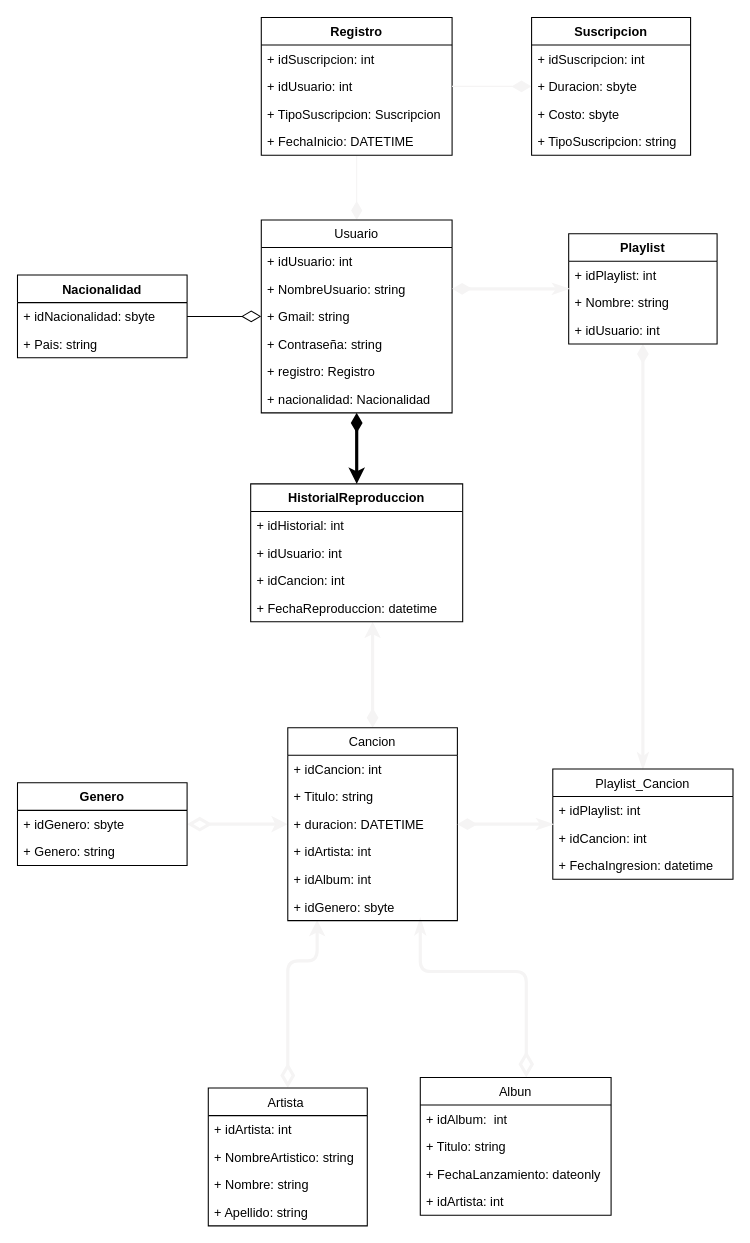
Earlier version of the draw.io diagram doc/Diagrama.drawio (JosuGuzman/BD-Spotify). Source tidied: cells renumbered, new cells numbered last; positions are measured from the earlier drawing's top-left corner, leaving out a move shared by most shapes. Both pictures are drawn from the tidied source at 106%, with x=0, y=0 at pixel (17, 17).
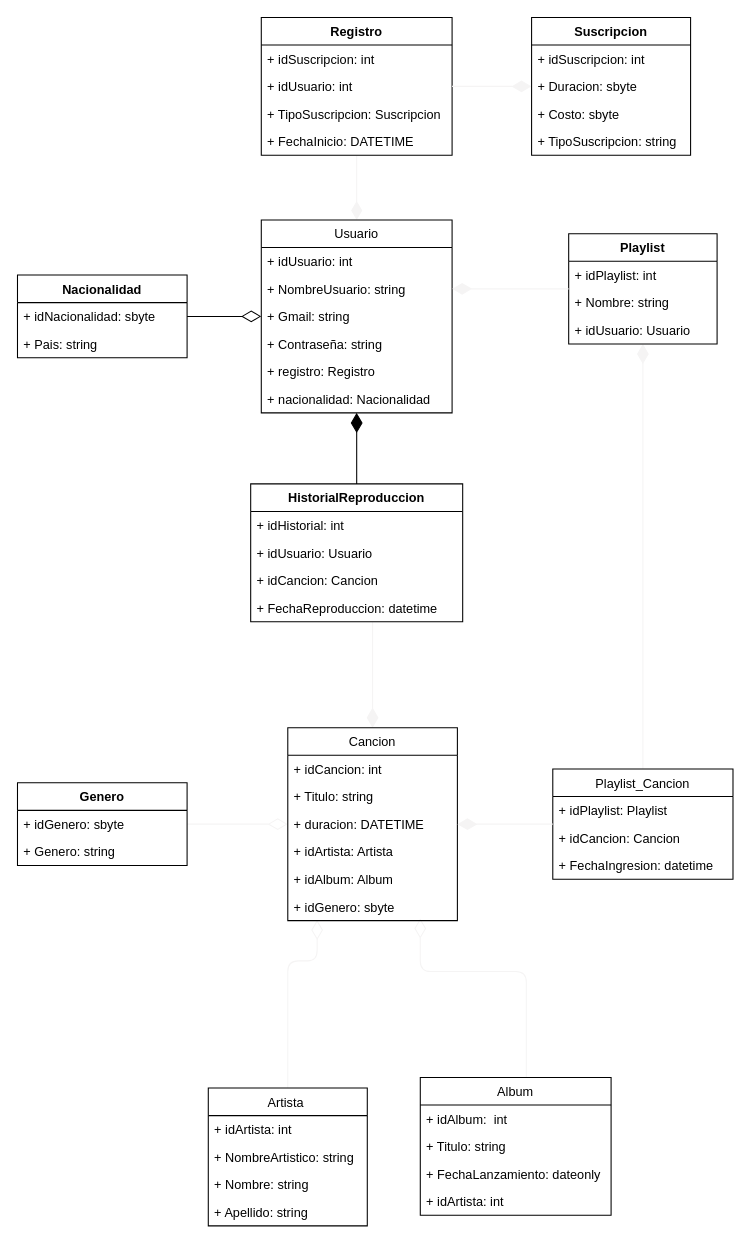
Above is the later version.

Commit message:
Diagrama Modificado

Unchanged cells that the change refers to:
```xml
<mxCell id="3" value="Genero" style="swimlane;fontStyle=1;horizontal=1;startSize=26;fillColor=none;" parent="1" vertex="1">
  <mxGeometry y="722" width="160" height="78" as="geometry" />
</mxCell>
<mxCell id="10" value="Artista " style="swimlane;fontStyle=0;horizontal=1;startSize=26;fillColor=none;" parent="1" vertex="1">
  <mxGeometry x="180" y="1010" width="150" height="130" as="geometry" />
</mxCell>
<mxCell id="22" value="Cancion" style="swimlane;fontStyle=0;horizontal=1;startSize=26;fillColor=none;" parent="1" vertex="1">
  <mxGeometry x="255" y="670" width="160" height="182" as="geometry" />
</mxCell>
<mxCell id="25" value="+ duracion: DATETIME" style="text;strokeColor=none;fillColor=none;align=left;verticalAlign=middle;spacingLeft=4;spacingRight=4;overflow=hidden;points=[[0,0.5],[1,0.5]];portConstraint=eastwest;" parent="22" vertex="1">
  <mxGeometry y="78" width="160" height="26" as="geometry" />
</mxCell>
<mxCell id="28" value="+ idGenero: sbyte" style="text;strokeColor=none;fillColor=none;align=left;verticalAlign=middle;spacingLeft=4;spacingRight=4;overflow=hidden;points=[[0,0.5],[1,0.5]];portConstraint=eastwest;" parent="22" vertex="1">
  <mxGeometry y="156" width="160" height="26" as="geometry" />
</mxCell>
<mxCell id="32" value="Usuario" style="swimlane;fontStyle=0;horizontal=1;startSize=26;fillColor=none;" parent="1" vertex="1">
  <mxGeometry x="230" y="191" width="180" height="182" as="geometry" />
</mxCell>
<mxCell id="34" value="+ NombreUsuario: string" style="text;strokeColor=none;fillColor=none;align=left;verticalAlign=top;spacingLeft=4;spacingRight=4;overflow=hidden;points=[[0,0.5],[1,0.5]];portConstraint=eastwest;" parent="32" vertex="1">
  <mxGeometry y="52" width="180" height="26" as="geometry" />
</mxCell>
<mxCell id="40" value="Playlist" style="swimlane;fontStyle=1;horizontal=1;startSize=26;fillColor=none;" parent="1" vertex="1">
  <mxGeometry x="520" y="204" width="140" height="104" as="geometry" />
</mxCell>
<mxCell id="44" value="Playlist_Cancion" style="swimlane;fontStyle=0;horizontal=1;startSize=26;fillColor=none;" parent="1" vertex="1">
  <mxGeometry x="505" y="709" width="170" height="104" as="geometry" />
</mxCell>
<mxCell id="59" value="HistorialReproduccion" style="swimlane;fontStyle=1;horizontal=1;startSize=26;" parent="1" vertex="1">
  <mxGeometry x="220" y="440" width="200" height="130" as="geometry" />
</mxCell>
```

What changed in the source:
```diff
@@
-    <mxCell id="2" style="edgeStyle=orthogonalEdgeStyle;html=1;strokeColor=#f5f4f4;strokeWidth=3;startArrow=diamondThin;startFill=0;startSize=15;" parent="1" edge="1" source="3" target="22">
+    <mxCell id="2" style="edgeStyle=orthogonalEdgeStyle;html=1;strokeColor=#f5f4f4;strokeWidth=1;startArrow=none;startFill=0;startSize=6;jumpSize=3;endArrow=diamondThin;endFill=0;endSize=16;" parent="1" edge="1" source="3" target="22">
       <mxGeometry relative="1" as="geometry" />
     </mxCell>
@@
-    <mxCell id="9" style="edgeStyle=orthogonalEdgeStyle;html=1;strokeColor=#f5f4f4;strokeWidth=3;startArrow=diamondThin;startFill=0;entryX=0.173;entryY=0.974;entryDx=0;entryDy=0;entryPerimeter=0;endSize=6;startSize=15;" parent="1" edge="1" source="10" target="28">
+    <mxCell id="9" style="edgeStyle=orthogonalEdgeStyle;html=1;strokeColor=#f5f4f4;strokeWidth=1;startArrow=none;startFill=0;entryX=0.173;entryY=0.974;entryDx=0;entryDy=0;entryPerimeter=0;endSize=16;startSize=6;endArrow=diamondThin;endFill=0;jumpSize=3;" parent="1" edge="1" source="10" target="28">
       <mxGeometry relative="1" as="geometry">
         <Array as="points">
           <mxPoint x="255" y="890" />
           <mxPoint x="283" y="890" />
         </Array>
       </mxGeometry>
     </mxCell>
@@
-    <mxCell id="15" style="edgeStyle=orthogonalEdgeStyle;html=1;strokeColor=#f5f4f4;strokeWidth=3;startArrow=diamondThin;startFill=0;endArrow=classicThin;endFill=1;startSize=16;endSize=6;entryX=0.781;entryY=0.923;entryDx=0;entryDy=0;entryPerimeter=0;sourcePerimeterSpacing=0;" parent="1" edge="1" source="16" target="28">
+    <mxCell id="15" style="edgeStyle=orthogonalEdgeStyle;html=1;strokeColor=#f5f4f4;strokeWidth=1;startArrow=none;startFill=0;endArrow=diamondThin;endFill=0;startSize=6;endSize=16;entryX=0.781;entryY=0.923;entryDx=0;entryDy=0;entryPerimeter=0;sourcePerimeterSpacing=0;jumpSize=3;" parent="1" edge="1" source="16" target="28">
       <mxGeometry relative="1" as="geometry">
         <Array as="points">
           <mxPoint x="480" y="900" />
           <mxPoint x="380" y="900" />
         </Array>
       </mxGeometry>
     </mxCell>
-    <mxCell id="16" value="Albun" style="swimlane;fontStyle=0;horizontal=1;startSize=26;fillColor=none;" parent="1" vertex="1">
+    <mxCell id="16" value="Album" style="swimlane;fontStyle=0;horizontal=1;startSize=26;fillColor=none;" parent="1" vertex="1">
       <mxGeometry x="380" y="1000" width="180" height="130" as="geometry" />
     </mxCell>
@@
-    <mxCell id="21" style="edgeStyle=orthogonalEdgeStyle;html=1;strokeColor=#f5f4f4;strokeWidth=3;startArrow=diamondThin;startFill=1;startSize=10;" parent="1" edge="1" source="22" target="59">
+    <mxCell id="21" style="edgeStyle=orthogonalEdgeStyle;html=1;strokeColor=#f5f4f4;strokeWidth=1;startArrow=diamondThin;startFill=1;startSize=16;endArrow=none;endFill=0;jumpSize=3;" parent="1" edge="1" source="22" target="59">
       <mxGeometry relative="1" as="geometry">
         <Array as="points">
           <mxPoint x="335" y="640" />
           <mxPoint x="335" y="640" />
         </Array>
       </mxGeometry>
     </mxCell>
@@
-    <mxCell id="26" value="+ idArtista: int" style="text;strokeColor=none;fillColor=none;align=left;verticalAlign=middle;spacingLeft=4;spacingRight=4;overflow=hidden;" parent="22" vertex="1">
+    <mxCell id="26" value="+ idArtista: Artista" style="text;strokeColor=none;fillColor=none;align=left;verticalAlign=middle;spacingLeft=4;spacingRight=4;overflow=hidden;" parent="22" vertex="1">
       <mxGeometry y="104" width="160" height="26" as="geometry" />
     </mxCell>
-    <mxCell id="27" value="+ idAlbum: int" style="text;strokeColor=none;fillColor=none;align=left;verticalAlign=middle;spacingLeft=4;spacingRight=4;overflow=hidden;" parent="22" vertex="1">
+    <mxCell id="27" value="+ idAlbum: Album" style="text;strokeColor=none;fillColor=none;align=left;verticalAlign=middle;spacingLeft=4;spacingRight=4;overflow=hidden;" parent="22" vertex="1">
       <mxGeometry y="130" width="160" height="26" as="geometry" />
     </mxCell>
@@
-    <mxCell id="29" style="edgeStyle=orthogonalEdgeStyle;html=1;entryX=0.5;entryY=0;entryDx=0;entryDy=0;strokeWidth=3;startArrow=diamondThin;startFill=1;startSize=10;" parent="1" edge="1" source="32" target="59">
+    <mxCell id="29" style="edgeStyle=orthogonalEdgeStyle;html=1;entryX=0.5;entryY=0;entryDx=0;entryDy=0;strokeWidth=1;startArrow=diamondThin;startFill=1;startSize=16;endArrow=none;endFill=0;" parent="1" edge="1" source="32" target="59">
       <mxGeometry relative="1" as="geometry" />
     </mxCell>
@@
-    <mxCell id="39" style="edgeStyle=orthogonalEdgeStyle;html=1;entryX=0.5;entryY=0;entryDx=0;entryDy=0;strokeColor=#f5f4f4;strokeWidth=3;startArrow=diamondThin;startFill=1;endArrow=classicThin;endFill=1;startSize=10;endSize=6;" parent="1" edge="1" source="40" target="44">
+    <mxCell id="39" style="edgeStyle=orthogonalEdgeStyle;html=1;entryX=0.5;entryY=0;entryDx=0;entryDy=0;strokeColor=#f5f4f4;strokeWidth=1;startArrow=diamondThin;startFill=1;endArrow=none;endFill=0;startSize=16;endSize=6;jumpSize=3;" parent="1" edge="1" source="40" target="44">
       <mxGeometry relative="1" as="geometry" />
     </mxCell>
@@
-    <mxCell id="43" value="+ idUsuario: int" style="text;strokeColor=none;fillColor=none;align=left;verticalAlign=top;spacingLeft=4;spacingRight=4;overflow=hidden;" parent="40" vertex="1">
+    <mxCell id="43" value="+ idUsuario: Usuario" style="text;strokeColor=none;fillColor=none;align=left;verticalAlign=top;spacingLeft=4;spacingRight=4;overflow=hidden;" parent="40" vertex="1">
       <mxGeometry y="78" width="140" height="26" as="geometry" />
     </mxCell>
@@
-    <mxCell id="45" value="+ idPlaylist: int" style="text;strokeColor=none;fillColor=none;align=left;verticalAlign=top;spacingLeft=4;spacingRight=4;overflow=hidden;" parent="44" vertex="1">
+    <mxCell id="45" value="+ idPlaylist: Playlist" style="text;strokeColor=none;fillColor=none;align=left;verticalAlign=top;spacingLeft=4;spacingRight=4;overflow=hidden;" parent="44" vertex="1">
       <mxGeometry y="26" width="170" height="26" as="geometry" />
     </mxCell>
-    <mxCell id="46" value="+ idCancion: int" style="text;strokeColor=none;fillColor=none;align=left;verticalAlign=top;spacingLeft=4;spacingRight=4;overflow=hidden;" parent="44" vertex="1">
+    <mxCell id="46" value="+ idCancion: Cancion" style="text;strokeColor=none;fillColor=none;align=left;verticalAlign=top;spacingLeft=4;spacingRight=4;overflow=hidden;" parent="44" vertex="1">
       <mxGeometry y="52" width="170" height="26" as="geometry" />
     </mxCell>
@@
-    <mxCell id="61" value="+ idUsuario: int" style="text;strokeColor=none;fillColor=none;align=left;verticalAlign=top;spacingLeft=4;spacingRight=4;overflow=hidden;" parent="59" vertex="1">
+    <mxCell id="61" value="+ idUsuario: Usuario" style="text;strokeColor=none;fillColor=none;align=left;verticalAlign=top;spacingLeft=4;spacingRight=4;overflow=hidden;" parent="59" vertex="1">
       <mxGeometry y="52" width="200" height="26" as="geometry" />
     </mxCell>
-    <mxCell id="62" value="+ idCancion: int" style="text;strokeColor=none;fillColor=none;align=left;verticalAlign=top;spacingLeft=4;spacingRight=4;overflow=hidden;" parent="59" vertex="1">
+    <mxCell id="62" value="+ idCancion: Cancion" style="text;strokeColor=none;fillColor=none;align=left;verticalAlign=top;spacingLeft=4;spacingRight=4;overflow=hidden;" parent="59" vertex="1">
       <mxGeometry y="78" width="200" height="26" as="geometry" />
     </mxCell>
@@
-    <mxCell id="64" style="edgeStyle=orthogonalEdgeStyle;html=1;strokeColor=#f5f4f4;strokeWidth=3;startArrow=diamondThin;startFill=1;endArrow=classicThin;endFill=1;startSize=10;endSize=6;" parent="1" edge="1" source="25" target="44">
+    <mxCell id="64" style="edgeStyle=orthogonalEdgeStyle;html=1;strokeColor=#f5f4f4;strokeWidth=1;startArrow=diamondThin;startFill=1;endArrow=none;endFill=0;startSize=16;endSize=6;jumpSize=3;" parent="1" edge="1" source="25" target="44">
       <mxGeometry relative="1" as="geometry" />
     </mxCell>
-    <mxCell id="65" style="edgeStyle=orthogonalEdgeStyle;html=1;entryX=0;entryY=0.5;entryDx=0;entryDy=0;strokeColor=#f5f4f4;strokeWidth=3;startArrow=diamondThin;startFill=1;endArrow=classicThin;endFill=1;startSize=10;endSize=6;" parent="1" edge="1" source="34" target="40">
+    <mxCell id="65" style="edgeStyle=orthogonalEdgeStyle;html=1;entryX=0;entryY=0.5;entryDx=0;entryDy=0;strokeColor=#f5f4f4;strokeWidth=1;startArrow=diamondThin;startFill=1;endArrow=none;endFill=0;startSize=16;endSize=6;jumpSize=6;" parent="1" edge="1" source="34" target="40">
       <mxGeometry relative="1" as="geometry" />
     </mxCell>
```
